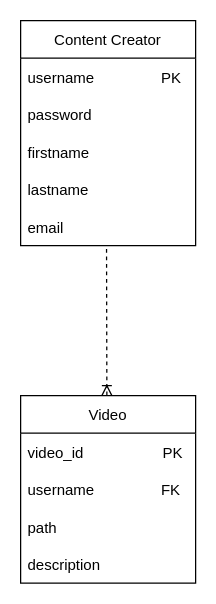
Before: diagrams/DatabaseDesign.drawio in jadhamwi31/cc_productivity_and_marketing_kit, a draw.io diagram. Source tidied: cells renumbered, new cells numbered last; positions are measured from the earlier drawing's top-left corner, leaving out a move shared by most shapes. Both pictures are drawn from the tidied source at 125%, with x=0, y=0 at pixel (20, 20).
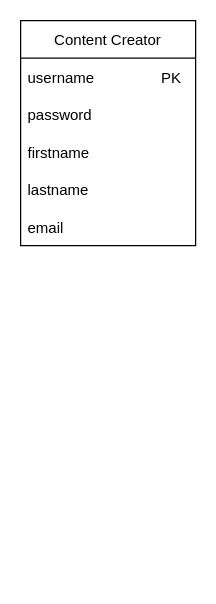
The same diagram, later.

Commit message (it also covers changes not shown here):
diagrams - upload progress - undo and redo

The edit, as a diff of the source:
```diff
@@
 <mxGraphModel>
   <root>
     <mxCell id="0" />
     <mxCell id="1" parent="0" />
     <mxCell id="2" value="Content Creator" style="swimlane;fontStyle=0;horizontal=1;startSize=30;" parent="1" vertex="1">
       <mxGeometry width="140" height="180" as="geometry" />
     </mxCell>
     <mxCell id="3" value="username                PK" style="text;strokeColor=none;fillColor=none;align=left;verticalAlign=middle;spacingLeft=4;spacingRight=4;overflow=hidden;" parent="2" vertex="1">
       <mxGeometry y="30" width="140" height="30" as="geometry" />
     </mxCell>
     <mxCell id="4" value="password                " style="text;strokeColor=none;fillColor=none;align=left;verticalAlign=middle;spacingLeft=4;spacingRight=4;overflow=hidden;" parent="2" vertex="1">
       <mxGeometry y="60" width="140" height="30" as="geometry" />
     </mxCell>
     <mxCell id="5" value="firstname                " style="text;strokeColor=none;fillColor=none;align=left;verticalAlign=middle;spacingLeft=4;spacingRight=4;overflow=hidden;" parent="2" vertex="1">
       <mxGeometry y="90" width="140" height="30" as="geometry" />
     </mxCell>
     <mxCell id="6" value="lastname" style="text;strokeColor=none;fillColor=none;align=left;verticalAlign=middle;spacingLeft=4;spacingRight=4;overflow=hidden;" parent="2" vertex="1">
       <mxGeometry y="120" width="140" height="30" as="geometry" />
     </mxCell>
     <mxCell id="7" value="email" style="text;strokeColor=none;fillColor=none;align=left;verticalAlign=middle;spacingLeft=4;spacingRight=4;overflow=hidden;points=[[0,0.5],[1,0.5]];portConstraint=eastwest;" parent="2" vertex="1">
       <mxGeometry y="150" width="140" height="30" as="geometry" />
     </mxCell>
-    <mxCell id="8" value="Video" style="swimlane;fontStyle=0;horizontal=1;startSize=30;" parent="1" vertex="1">
-      <mxGeometry y="300" width="140" height="150" as="geometry" />
-    </mxCell>
-    <mxCell id="9" value="video_id                   PK" style="text;strokeColor=none;fillColor=none;align=left;verticalAlign=middle;spacingLeft=4;spacingRight=4;overflow=hidden;" parent="8" vertex="1">
-      <mxGeometry y="30" width="140" height="30" as="geometry" />
-    </mxCell>
-    <mxCell id="10" value="username                FK" style="text;strokeColor=none;fillColor=none;align=left;verticalAlign=middle;spacingLeft=4;spacingRight=4;overflow=hidden;" parent="8" vertex="1">
-      <mxGeometry y="60" width="140" height="30" as="geometry" />
-    </mxCell>
-    <mxCell id="11" value="path" style="text;strokeColor=none;fillColor=none;align=left;verticalAlign=middle;spacingLeft=4;spacingRight=4;overflow=hidden;" parent="8" vertex="1">
-      <mxGeometry y="90" width="140" height="30" as="geometry" />
-    </mxCell>
-    <mxCell id="12" value="description" style="text;strokeColor=none;fillColor=none;align=left;verticalAlign=middle;spacingLeft=4;spacingRight=4;overflow=hidden;" parent="8" vertex="1">
-      <mxGeometry y="120" width="140" height="30" as="geometry" />
-    </mxCell>
-    <mxCell id="13" style="fontSize=12;html=1;endArrow=ERoneToMany;rounded=0;dashed=1;exitX=0.491;exitY=1.093;exitDx=0;exitDy=0;exitPerimeter=0;" parent="1" edge="1" source="7">
-      <mxGeometry relative="1" as="geometry">
-        <mxPoint x="69" y="300" as="targetPoint" />
-      </mxGeometry>
-    </mxCell>
   </root>
 </mxGraphModel>
```
